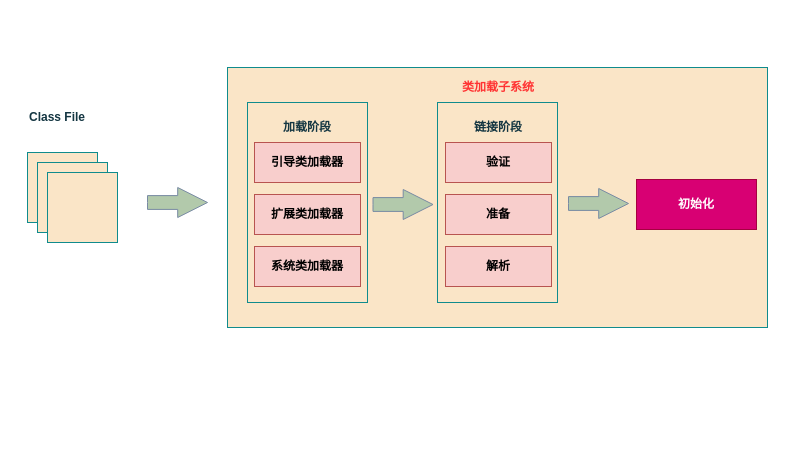
Above: JVM上篇内存和垃圾回收/类加载子系统.drawio in niuxiaocong/nyc-jvm (draw.io), before the change. Source tidied: cells renumbered, new cells numbered last; positions are measured from the earlier drawing's top-left corner, leaving out a move shared by most shapes. Both pictures are drawn from the tidied source at 100%, with x=0, y=0 at pixel (27, 67).
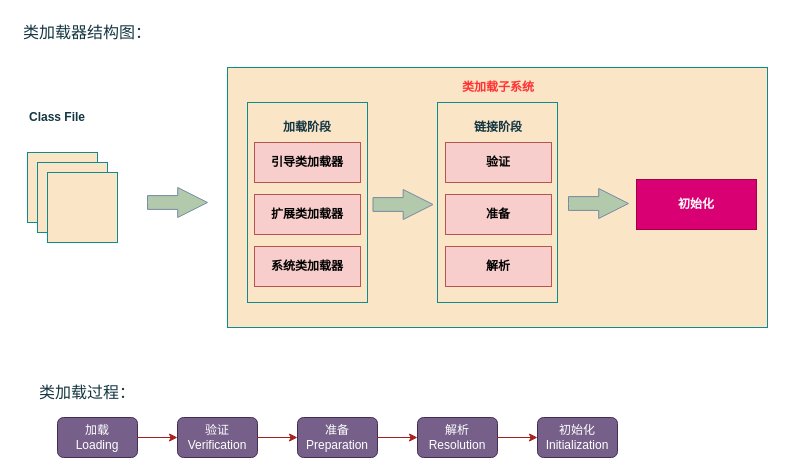
Above is the later version.

Commit message:
类加载子系统.drawio

Change to the diagram source:
```diff
@@
+    <mxCell id="23" value="类加载器结构图：" style="text;html=1;strokeColor=none;fillColor=none;align=center;verticalAlign=middle;whiteSpace=wrap;rounded=0;fontColor=#143642;fontSize=16;" parent="1" vertex="1">
+      <mxGeometry x="-10" y="-50" width="140" height="30" as="geometry" />
+    </mxCell>
+    <mxCell id="24" style="group;" parent="1" vertex="1">
+      <mxGeometry x="-10" y="310" width="600" height="80" as="geometry" />
+    </mxCell>
+    <mxCell id="25" value="类加载过程：" style="text;html=1;strokeColor=none;fillColor=none;align=center;verticalAlign=middle;whiteSpace=wrap;rounded=0;fontColor=#143642;fontSize=16;" parent="24" vertex="1">
+      <mxGeometry width="140" height="30" as="geometry" />
+    </mxCell>
+    <mxCell id="26" value="加载&lt;br&gt;Loading" style="rounded=1;whiteSpace=wrap;html=1;strokeColor=#432D57;fontColor=#ffffff;fillColor=#76608a;" parent="24" vertex="1">
+      <mxGeometry x="40" y="40" width="80" height="40" as="geometry" />
+    </mxCell>
+    <mxCell id="27" value="验证&lt;br&gt;Verification" style="rounded=1;whiteSpace=wrap;html=1;strokeColor=#432D57;fontColor=#ffffff;fillColor=#76608a;" parent="24" vertex="1">
+      <mxGeometry x="160" y="40" width="80" height="40" as="geometry" />
+    </mxCell>
+    <mxCell id="28" style="edgeStyle=orthogonalEdgeStyle;rounded=0;jettySize=auto;html=1;strokeColor=#A8201A;fontColor=#143642;fillColor=#FAE5C7;" parent="24" edge="1" source="26" target="27">
+      <mxGeometry relative="1" as="geometry" />
+    </mxCell>
+    <mxCell id="29" value="准备&lt;br&gt;Preparation" style="rounded=1;whiteSpace=wrap;html=1;strokeColor=#432D57;fontColor=#ffffff;fillColor=#76608a;" parent="24" vertex="1">
+      <mxGeometry x="280" y="40" width="80" height="40" as="geometry" />
+    </mxCell>
+    <mxCell id="30" style="edgeStyle=orthogonalEdgeStyle;rounded=0;jettySize=auto;html=1;strokeColor=#A8201A;fontColor=#143642;fillColor=#FAE5C7;" parent="24" edge="1" source="27" target="29">
+      <mxGeometry relative="1" as="geometry" />
+    </mxCell>
+    <mxCell id="31" value="解析&lt;br&gt;Resolution" style="rounded=1;whiteSpace=wrap;html=1;strokeColor=#432D57;fontColor=#ffffff;fillColor=#76608a;" parent="24" vertex="1">
+      <mxGeometry x="400" y="40" width="80" height="40" as="geometry" />
+    </mxCell>
+    <mxCell id="32" style="edgeStyle=orthogonalEdgeStyle;rounded=0;jettySize=auto;html=1;strokeColor=#A8201A;fontColor=#143642;fillColor=#FAE5C7;" parent="24" edge="1" source="29" target="31">
+      <mxGeometry relative="1" as="geometry" />
+    </mxCell>
+    <mxCell id="33" value="初始化&lt;br&gt;Initialization" style="rounded=1;whiteSpace=wrap;html=1;strokeColor=#432D57;fontColor=#ffffff;fillColor=#76608a;" parent="24" vertex="1">
+      <mxGeometry x="520" y="40" width="80" height="40" as="geometry" />
+    </mxCell>
+    <mxCell id="34" style="edgeStyle=orthogonalEdgeStyle;rounded=0;jettySize=auto;html=1;strokeColor=#A8201A;fontColor=#143642;fillColor=#FAE5C7;" parent="24" edge="1" source="31" target="33">
+      <mxGeometry relative="1" as="geometry" />
+    </mxCell>
```
